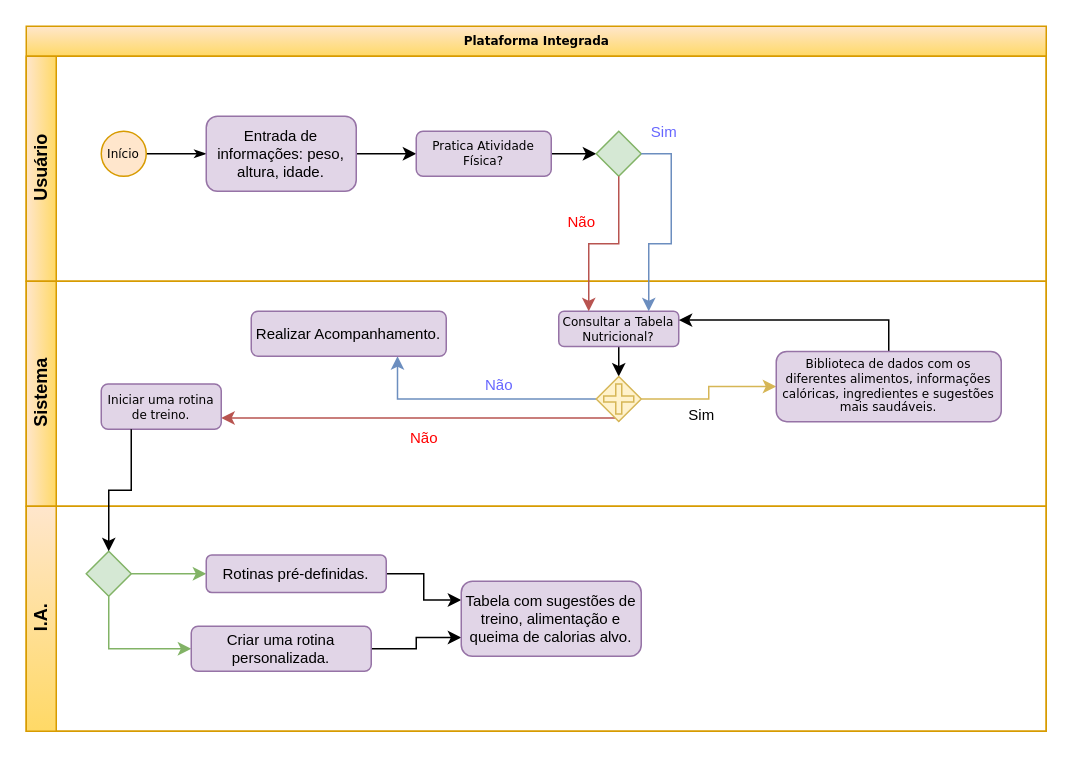
Raphox22/Integrated_Platform keeps this draw.io diagram as Untitled Diagram.drawio. Above is the earlier version. Source tidied: cells renumbered, new cells numbered last; positions are measured from the earlier drawing's top-left corner, leaving out a move shared by most shapes. Both pictures are drawn from the tidied source at 150%, with x=0, y=0 at pixel (26, 26).
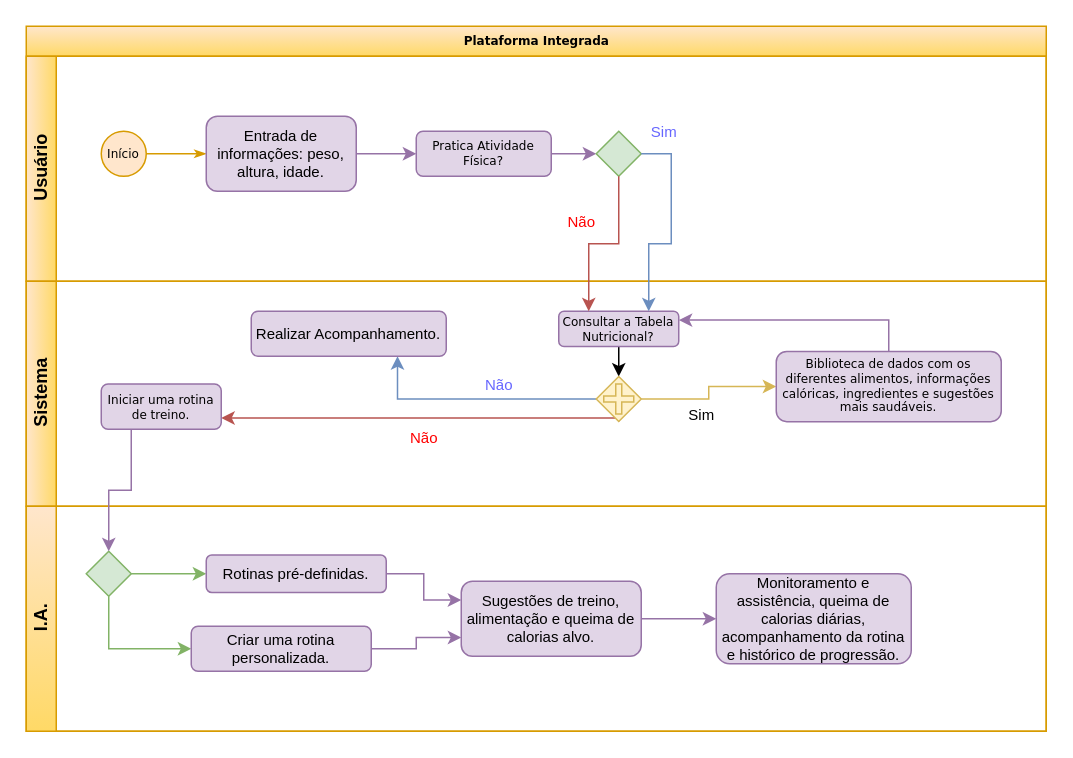
The same diagram, later.

The change refers to these unchanged cells:
```xml
<mxCell id="2" value="Plataforma Integrada" style="swimlane;html=1;horizontal=1;startSize=20;rounded=0;shadow=0;labelBackgroundColor=none;strokeWidth=1;fontFamily=Verdana;fontSize=8;align=center;fillColor=#ffe6cc;strokeColor=#d79b00;gradientColor=#FFD966;gradientDirection=south;" parent="1" vertex="1">
  <mxGeometry width="680" height="470" as="geometry" />
</mxCell>
<mxCell id="3" value="Usuário" style="swimlane;html=1;startSize=20;horizontal=0;fillColor=#ffe6cc;strokeColor=#d79b00;gradientColor=#FFD966;gradientDirection=east;" parent="2" vertex="1">
  <mxGeometry y="20" width="680" height="150" as="geometry" />
</mxCell>
<mxCell id="5" value="Início" style="ellipse;whiteSpace=wrap;html=1;rounded=0;shadow=0;labelBackgroundColor=none;strokeWidth=1;fontFamily=Verdana;fontSize=8;align=center;fillColor=#ffe6cc;strokeColor=#d79b00;" parent="3" vertex="1">
  <mxGeometry x="50" y="50" width="30" height="30" as="geometry" />
</mxCell>
<mxCell id="7" value="&lt;span style=&quot;font-family: Helvetica; font-size: 10px;&quot;&gt;Entrada de informações: peso, altura, idade.&lt;/span&gt;" style="rounded=1;whiteSpace=wrap;html=1;shadow=0;labelBackgroundColor=none;strokeWidth=1;fontFamily=Verdana;fontSize=8;align=center;fillColor=#e1d5e7;strokeColor=#9673a6;" parent="3" vertex="1">
  <mxGeometry x="120" y="40" width="100" height="50" as="geometry" />
</mxCell>
<mxCell id="9" value="Pratica Atividade Física?" style="rounded=1;whiteSpace=wrap;html=1;shadow=0;labelBackgroundColor=none;strokeWidth=1;fontFamily=Verdana;fontSize=8;align=center;fillColor=#e1d5e7;strokeColor=#9673a6;" parent="3" vertex="1">
  <mxGeometry x="260" y="50" width="90" height="30" as="geometry" />
</mxCell>
<mxCell id="10" style="rhombus;whiteSpace=wrap;html=1;labelBackgroundColor=none;labelBorderColor=none;fontSize=10;fillColor=#d5e8d4;strokeColor=#82b366;" parent="3" vertex="1">
  <mxGeometry x="380" y="50" width="30" height="30" as="geometry" />
</mxCell>
<mxCell id="13" value="Sistema" style="swimlane;html=1;startSize=20;horizontal=0;fillColor=#ffe6cc;strokeColor=#d79b00;gradientColor=#FFD966;gradientDirection=east;" parent="2" vertex="1">
  <mxGeometry y="170" width="680" height="150" as="geometry" />
</mxCell>
<mxCell id="15" value="Consultar a Tabela Nutricional?" style="rounded=1;whiteSpace=wrap;html=1;shadow=0;labelBackgroundColor=none;strokeWidth=1;fontFamily=Verdana;fontSize=8;align=center;fillColor=#e1d5e7;strokeColor=#9673a6;" parent="13" vertex="1">
  <mxGeometry x="355" y="20" width="80" height="23.5" as="geometry" />
</mxCell>
<mxCell id="21" value="Biblioteca de dados com os diferentes alimentos, informações calóricas, ingredientes e sugestões mais saudáveis." style="rounded=1;whiteSpace=wrap;html=1;shadow=0;labelBackgroundColor=none;strokeWidth=1;fontFamily=Verdana;fontSize=8;align=center;fillColor=#e1d5e7;strokeColor=#9673a6;" parent="13" vertex="1">
  <mxGeometry x="500" y="46.8" width="150" height="46.8" as="geometry" />
</mxCell>
<mxCell id="24" value="Iniciar uma rotina de treino." style="rounded=1;whiteSpace=wrap;html=1;shadow=0;labelBackgroundColor=none;strokeWidth=1;fontFamily=Verdana;fontSize=8;align=center;fillColor=#e1d5e7;strokeColor=#9673a6;" parent="13" vertex="1">
  <mxGeometry x="50" y="68.5" width="80" height="30.2" as="geometry" />
</mxCell>
<mxCell id="28" value="I.A." style="swimlane;html=1;startSize=20;horizontal=0;fillColor=#ffe6cc;strokeColor=#d79b00;gradientColor=#FFD966;" parent="2" vertex="1">
  <mxGeometry y="320" width="680" height="150" as="geometry" />
</mxCell>
<mxCell id="31" style="strokeWidth=1;html=1;shape=mxgraph.flowchart.decision;whiteSpace=wrap;rounded=1;shadow=0;labelBackgroundColor=none;fontFamily=Verdana;fontSize=8;align=center;fillColor=#d5e8d4;strokeColor=#82b366;" parent="28" vertex="1">
  <mxGeometry x="40" y="30" width="30" height="30" as="geometry" />
</mxCell>
<mxCell id="33" value="&lt;font color=&quot;#000000&quot;&gt;Rotinas pré-definidas.&lt;/font&gt;" style="rounded=1;whiteSpace=wrap;html=1;labelBackgroundColor=none;labelBorderColor=none;fontSize=10;fillColor=#e1d5e7;strokeColor=#9673a6;" parent="28" vertex="1">
  <mxGeometry x="120" y="32.5" width="120" height="25" as="geometry" />
</mxCell>
<mxCell id="35" value="Criar uma rotina personalizada." style="rounded=1;whiteSpace=wrap;html=1;labelBackgroundColor=none;labelBorderColor=none;fontSize=10;fillColor=#e1d5e7;strokeColor=#9673a6;" parent="28" vertex="1">
  <mxGeometry x="110" y="80" width="120" height="30" as="geometry" />
</mxCell>
```

What changed in the source:
```diff
@@
-    <mxCell id="4" style="edgeStyle=orthogonalEdgeStyle;rounded=0;html=1;labelBackgroundColor=none;startArrow=none;startFill=0;startSize=5;endArrow=classicThin;endFill=1;endSize=5;jettySize=auto;strokeWidth=1;fontFamily=Verdana;fontSize=8;" parent="3" edge="1" source="5" target="7">
+    <mxCell id="4" style="edgeStyle=orthogonalEdgeStyle;rounded=0;html=1;labelBackgroundColor=none;startArrow=none;startFill=0;startSize=5;endArrow=classicThin;endFill=1;endSize=5;jettySize=auto;strokeWidth=1;fontFamily=Verdana;fontSize=8;fillColor=#ffe6cc;strokeColor=#d79b00;" parent="3" edge="1" source="5" target="7">
       <mxGeometry relative="1" as="geometry" />
     </mxCell>
@@
-    <mxCell id="6" style="edgeStyle=orthogonalEdgeStyle;rounded=0;jettySize=auto;html=1;exitX=1;exitY=0.5;exitDx=0;exitDy=0;entryX=0;entryY=0.5;entryDx=0;entryDy=0;fontSize=10;" parent="3" edge="1" source="7" target="9">
+    <mxCell id="6" style="edgeStyle=orthogonalEdgeStyle;rounded=0;jettySize=auto;html=1;exitX=1;exitY=0.5;exitDx=0;exitDy=0;entryX=0;entryY=0.5;entryDx=0;entryDy=0;fontSize=10;fillColor=#e1d5e7;strokeColor=#9673a6;" parent="3" edge="1" source="7" target="9">
       <mxGeometry relative="1" as="geometry" />
     </mxCell>
@@
-    <mxCell id="8" style="edgeStyle=orthogonalEdgeStyle;rounded=0;jettySize=auto;html=1;exitX=1;exitY=0.5;exitDx=0;exitDy=0;entryX=0;entryY=0.5;entryDx=0;entryDy=0;fontSize=10;" parent="3" edge="1" source="9" target="10">
+    <mxCell id="8" style="edgeStyle=orthogonalEdgeStyle;rounded=0;jettySize=auto;html=1;exitX=1;exitY=0.5;exitDx=0;exitDy=0;entryX=0;entryY=0.5;entryDx=0;entryDy=0;fontSize=10;fillColor=#e1d5e7;strokeColor=#9673a6;" parent="3" edge="1" source="9" target="10">
       <mxGeometry relative="1" as="geometry" />
     </mxCell>
@@
-    <mxCell id="20" style="edgeStyle=orthogonalEdgeStyle;rounded=0;jettySize=auto;html=1;exitX=0.5;exitY=0;exitDx=0;exitDy=0;entryX=1;entryY=0.25;entryDx=0;entryDy=0;fontSize=10;fontColor=#6666FF;" parent="13" edge="1" source="21" target="15">
+    <mxCell id="20" style="edgeStyle=orthogonalEdgeStyle;rounded=0;jettySize=auto;html=1;exitX=0.5;exitY=0;exitDx=0;exitDy=0;entryX=1;entryY=0.25;entryDx=0;entryDy=0;fontSize=10;fontColor=#6666FF;fillColor=#e1d5e7;strokeColor=#9673a6;" parent="13" edge="1" source="21" target="15">
       <mxGeometry relative="1" as="geometry" />
     </mxCell>
@@
-    <mxCell id="32" style="edgeStyle=orthogonalEdgeStyle;rounded=0;jettySize=auto;html=1;exitX=1;exitY=0.5;exitDx=0;exitDy=0;entryX=0;entryY=0.25;entryDx=0;entryDy=0;fontSize=10;fontColor=#000000;" parent="28" edge="1" source="33" target="36">
+    <mxCell id="32" style="edgeStyle=orthogonalEdgeStyle;rounded=0;jettySize=auto;html=1;exitX=1;exitY=0.5;exitDx=0;exitDy=0;entryX=0;entryY=0.25;entryDx=0;entryDy=0;fontSize=10;fontColor=#000000;fillColor=#e1d5e7;strokeColor=#9673a6;" parent="28" edge="1" source="33" target="36">
       <mxGeometry relative="1" as="geometry" />
     </mxCell>
@@
-    <mxCell id="34" style="edgeStyle=orthogonalEdgeStyle;rounded=0;jettySize=auto;html=1;exitX=1;exitY=0.5;exitDx=0;exitDy=0;entryX=0;entryY=0.75;entryDx=0;entryDy=0;fontSize=10;fontColor=#000000;" parent="28" edge="1" source="35" target="36">
+    <mxCell id="34" style="edgeStyle=orthogonalEdgeStyle;rounded=0;jettySize=auto;html=1;exitX=1;exitY=0.5;exitDx=0;exitDy=0;entryX=0;entryY=0.75;entryDx=0;entryDy=0;fontSize=10;fontColor=#000000;fillColor=#e1d5e7;strokeColor=#9673a6;" parent="28" edge="1" source="35" target="36">
       <mxGeometry relative="1" as="geometry" />
     </mxCell>
@@
+    <mxCell id="40" style="edgeStyle=orthogonalEdgeStyle;rounded=0;jettySize=auto;html=1;exitX=1;exitY=0.5;exitDx=0;exitDy=0;entryX=0;entryY=0.5;entryDx=0;entryDy=0;fontSize=10;fontColor=#000000;fillColor=#e1d5e7;strokeColor=#9673a6;" parent="28" edge="1" source="36" target="41">
+      <mxGeometry relative="1" as="geometry" />
+    </mxCell>
-    <mxCell id="36" value="Tabela com sugestões de treino, alimentação e queima de calorias alvo." style="rounded=1;whiteSpace=wrap;html=1;labelBackgroundColor=none;labelBorderColor=none;fontSize=10;gradientDirection=south;fillColor=#e1d5e7;strokeColor=#9673a6;" parent="28" vertex="1">
+    <mxCell id="36" value="Sugestões de treino, alimentação e queima de calorias alvo." style="rounded=1;whiteSpace=wrap;html=1;labelBackgroundColor=none;labelBorderColor=none;fontSize=10;gradientDirection=south;fillColor=#e1d5e7;strokeColor=#9673a6;" parent="28" vertex="1">
       <mxGeometry x="290" y="50" width="120" height="50" as="geometry" />
     </mxCell>
+    <mxCell id="41" value="Monitoramento e assistência, queima de calorias diárias, acompanhamento da rotina e histórico de progressão." style="rounded=1;whiteSpace=wrap;html=1;labelBackgroundColor=none;labelBorderColor=none;fontSize=10;gradientDirection=south;fillColor=#e1d5e7;strokeColor=#9673a6;" parent="28" vertex="1">
+      <mxGeometry x="460" y="45" width="130" height="60" as="geometry" />
+    </mxCell>
@@
-    <mxCell id="39" style="edgeStyle=orthogonalEdgeStyle;rounded=0;jettySize=auto;html=1;exitX=0.25;exitY=1;exitDx=0;exitDy=0;entryX=0.5;entryY=0;entryDx=0;entryDy=0;entryPerimeter=0;fontSize=10;fontColor=#000000;" parent="2" edge="1" source="24" target="31">
+    <mxCell id="39" style="edgeStyle=orthogonalEdgeStyle;rounded=0;jettySize=auto;html=1;exitX=0.25;exitY=1;exitDx=0;exitDy=0;entryX=0.5;entryY=0;entryDx=0;entryDy=0;entryPerimeter=0;fontSize=10;fontColor=#000000;fillColor=#e1d5e7;strokeColor=#9673a6;" parent="2" edge="1" source="24" target="31">
       <mxGeometry relative="1" as="geometry" />
     </mxCell>
```
